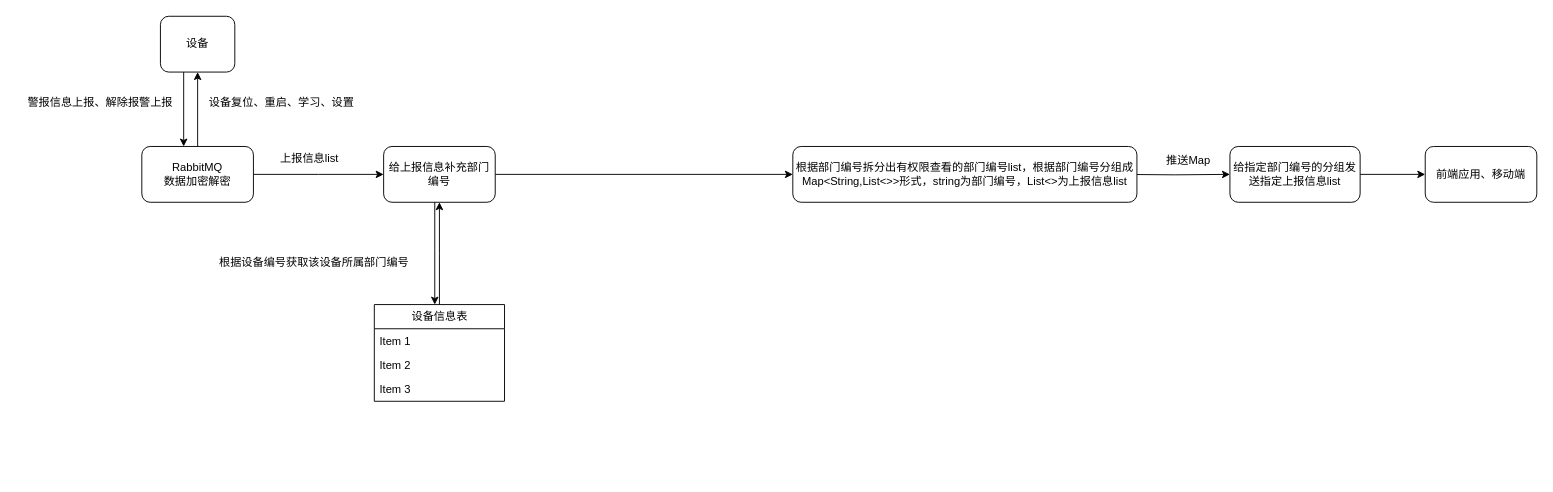
Above: 未命名绘图.drawio in LSS9/ForgettingCurve (draw.io), before the change. Source tidied: cells renumbered, new cells numbered last; positions are measured from the earlier drawing's top-left corner, leaving out a move shared by most shapes. Both pictures are drawn from the tidied source at 93%, with x=0, y=0 at pixel (16, 16).
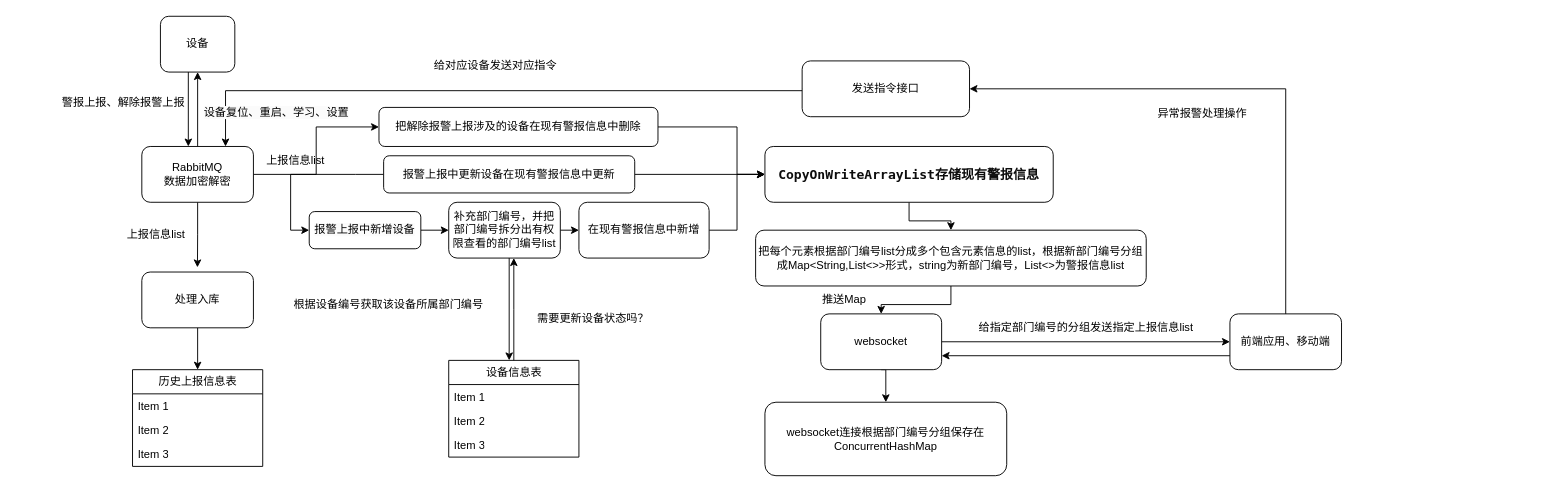
The same page after the edit.

Commit message (it also covers changes not shown here):
更新未命名绘图.drawio

The change refers to these unchanged cells:
```xml
<mxCell id="5" value="RabbitMQ&lt;br&gt;数据加密解密" style="rounded=1;whiteSpace=wrap;html=1;" parent="1" vertex="1">
  <mxGeometry x="135" y="140" width="120" height="60" as="geometry" />
</mxCell>
```

The edit, as a diff of the source:
```diff
@@
-    <mxCell id="2" style="edgeStyle=orthogonalEdgeStyle;rounded=0;jettySize=auto;html=1;exitX=1;exitY=0.5;exitDx=0;exitDy=0;entryX=0;entryY=0.5;entryDx=0;entryDy=0;" parent="1" edge="1" target="9">
-      <mxGeometry relative="1" as="geometry">
-        <mxPoint x="1185" y="170" as="sourcePoint" />
-      </mxGeometry>
-    </mxCell>
-    <mxCell id="3" style="edgeStyle=orthogonalEdgeStyle;rounded=0;jettySize=auto;html=1;exitX=1;exitY=0.5;exitDx=0;exitDy=0;entryX=0;entryY=0.5;entryDx=0;entryDy=0;" parent="1" edge="1" source="5">
-      <mxGeometry relative="1" as="geometry">
-        <mxPoint x="395" y="170" as="targetPoint" />
-      </mxGeometry>
-    </mxCell>
+    <mxCell id="25" style="edgeStyle=orthogonalEdgeStyle;rounded=0;jettySize=auto;html=1;exitX=1;exitY=0.5;exitDx=0;exitDy=0;entryX=0;entryY=0.5;entryDx=0;entryDy=0;" parent="1" edge="1" source="5" target="33">
+      <mxGeometry relative="1" as="geometry" />
+    </mxCell>
+    <mxCell id="26" style="edgeStyle=orthogonalEdgeStyle;rounded=0;jettySize=auto;html=1;exitX=0;exitY=0.5;exitDx=0;exitDy=0;entryX=0;entryY=0.5;entryDx=0;entryDy=0;" parent="1" edge="1" source="39" target="37">
+      <mxGeometry relative="1" as="geometry">
+        <Array as="points">
+          <mxPoint x="365" y="170" />
+          <mxPoint x="295" y="170" />
+          <mxPoint x="295" y="260" />
+        </Array>
+      </mxGeometry>
+    </mxCell>
+    <mxCell id="27" style="edgeStyle=orthogonalEdgeStyle;rounded=0;jettySize=auto;html=1;exitX=0.5;exitY=1;exitDx=0;exitDy=0;" parent="1" edge="1" source="5">
+      <mxGeometry relative="1" as="geometry">
+        <mxPoint x="194.8" y="270" as="targetPoint" />
+      </mxGeometry>
+    </mxCell>
@@
     <mxCell id="6" style="edgeStyle=orthogonalEdgeStyle;rounded=0;orthogonalLoop=1;jettySize=auto;html=1;exitX=0.5;exitY=1;exitDx=0;exitDy=0;entryX=0.5;entryY=0;entryDx=0;entryDy=0;" parent="1" edge="1">
       <mxGeometry relative="1" as="geometry">
-        <mxPoint x="180" y="60" as="sourcePoint" />
-        <mxPoint x="180" y="140" as="targetPoint" />
+        <mxPoint x="185" y="60" as="sourcePoint" />
+        <mxPoint x="185" y="140" as="targetPoint" />
         <Array as="points">
-          <mxPoint x="180" y="90" />
-          <mxPoint x="180" y="90" />
+          <mxPoint x="185" y="90" />
+          <mxPoint x="185" y="90" />
         </Array>
       </mxGeometry>
     </mxCell>
@@
-    <mxCell id="8" style="edgeStyle=orthogonalEdgeStyle;rounded=0;jettySize=auto;html=1;entryX=0;entryY=0.5;entryDx=0;entryDy=0;" parent="1" edge="1" source="9" target="12">
-      <mxGeometry relative="1" as="geometry" />
-    </mxCell>
-    <mxCell id="9" value="给指定部门编号的分组发送指定上报信息list" style="rounded=1;whiteSpace=wrap;html=1;" parent="1" vertex="1">
-      <mxGeometry x="1305" y="140" width="140" height="60" as="geometry" />
-    </mxCell>
-    <mxCell id="10" value="警报信息上报、解除报警上报" style="text;html=1;align=center;verticalAlign=middle;strokeColor=none;fillColor=none;" parent="1" vertex="1">
-      <mxGeometry y="78" width="180" height="30" as="geometry" />
+    <mxCell id="10" value="警报上报、解除报警上报" style="text;html=1;align=center;verticalAlign=middle;strokeColor=none;fillColor=none;" parent="1" vertex="1">
+      <mxGeometry x="35" y="78" width="160" height="30" as="geometry" />
     </mxCell>
-    <mxCell id="11" value="设备复位、重启、学习、设置" style="text;html=1;align=center;verticalAlign=middle;strokeColor=none;fillColor=none;" parent="1" vertex="1">
-      <mxGeometry x="195" y="78" width="180" height="30" as="geometry" />
-    </mxCell>
+    <mxCell id="28" style="edgeStyle=orthogonalEdgeStyle;rounded=0;jettySize=auto;html=1;exitX=0;exitY=0.75;exitDx=0;exitDy=0;entryX=1;entryY=0.75;entryDx=0;entryDy=0;" parent="1" edge="1" source="12" target="44">
+      <mxGeometry relative="1" as="geometry" />
+    </mxCell>
+    <mxCell id="29" style="edgeStyle=orthogonalEdgeStyle;rounded=0;jettySize=auto;html=1;exitX=0.5;exitY=0;exitDx=0;exitDy=0;entryX=1;entryY=0.5;entryDx=0;entryDy=0;" parent="1" edge="1" source="12" target="55">
+      <mxGeometry relative="1" as="geometry" />
+    </mxCell>
     <mxCell id="12" value="前端应用、移动端" style="rounded=1;whiteSpace=wrap;html=1;" parent="1" vertex="1">
-      <mxGeometry x="1515" y="140" width="120" height="60" as="geometry" />
+      <mxGeometry x="1305" y="320" width="120" height="60" as="geometry" />
     </mxCell>
-    <mxCell id="13" style="edgeStyle=orthogonalEdgeStyle;rounded=0;jettySize=auto;html=1;exitX=1;exitY=0.5;exitDx=0;exitDy=0;" parent="1" edge="1" source="14" target="23">
-      <mxGeometry relative="1" as="geometry" />
-    </mxCell>
+    <mxCell id="30" style="edgeStyle=orthogonalEdgeStyle;rounded=0;jettySize=auto;html=1;exitX=1;exitY=0.5;exitDx=0;exitDy=0;entryX=0;entryY=0.5;entryDx=0;entryDy=0;" parent="1" edge="1" source="14" target="41">
+      <mxGeometry relative="1" as="geometry" />
+    </mxCell>
-    <mxCell id="14" value="给上报信息补充部门编号" style="rounded=1;whiteSpace=wrap;html=1;" parent="1" vertex="1">
-      <mxGeometry x="395" y="140" width="120" height="60" as="geometry" />
+    <mxCell id="14" value="补充部门编号，并把部门编号拆分出有权限查看的部门编号list" style="rounded=1;whiteSpace=wrap;html=1;" parent="1" vertex="1">
+      <mxGeometry x="465" y="200" width="120" height="60" as="geometry" />
     </mxCell>
     <mxCell id="15" style="edgeStyle=orthogonalEdgeStyle;rounded=0;orthogonalLoop=1;jettySize=auto;html=1;exitX=0.5;exitY=1;exitDx=0;exitDy=0;" parent="1" edge="1">
       <mxGeometry relative="1" as="geometry">
-        <mxPoint x="450" y="200" as="sourcePoint" />
-        <mxPoint x="450" y="310" as="targetPoint" />
+        <mxPoint x="530" y="260" as="sourcePoint" />
+        <mxPoint x="530" y="370" as="targetPoint" />
       </mxGeometry>
     </mxCell>
     <mxCell id="16" style="edgeStyle=orthogonalEdgeStyle;rounded=0;jettySize=auto;html=1;exitX=0.5;exitY=0;exitDx=0;exitDy=0;entryX=0.5;entryY=1;entryDx=0;entryDy=0;" parent="1" edge="1" source="17">
       <mxGeometry relative="1" as="geometry">
-        <mxPoint x="455" y="200" as="targetPoint" />
+        <mxPoint x="535" y="260" as="targetPoint" />
       </mxGeometry>
     </mxCell>
     <mxCell id="17" value="设备信息表" style="swimlane;fontStyle=0;horizontal=1;startSize=26;fillColor=none;html=1;" parent="1" vertex="1">
-      <mxGeometry x="385" y="310" width="140" height="104" as="geometry" />
+      <mxGeometry x="465" y="370" width="140" height="104" as="geometry" />
     </mxCell>
@@
     <mxCell id="21" value="根据设备编号获取该设备所属部门编号" style="text;html=1;align=center;verticalAlign=middle;strokeColor=none;fillColor=none;" parent="1" vertex="1">
-      <mxGeometry x="205" y="250" width="230" height="30" as="geometry" />
+      <mxGeometry x="285" y="295" width="230" height="30" as="geometry" />
     </mxCell>
     <mxCell id="22" value="上报信息list" style="text;html=1;align=center;verticalAlign=middle;strokeColor=none;fillColor=none;" parent="1" vertex="1">
-      <mxGeometry x="270" y="138" width="90" height="30" as="geometry" />
+      <mxGeometry x="255" y="140" width="90" height="30" as="geometry" />
     </mxCell>
+    <mxCell id="31" style="edgeStyle=orthogonalEdgeStyle;rounded=0;jettySize=auto;html=1;exitX=0.5;exitY=1;exitDx=0;exitDy=0;entryX=0.5;entryY=0;entryDx=0;entryDy=0;" parent="1" edge="1" source="23" target="44">
+      <mxGeometry relative="1" as="geometry" />
+    </mxCell>
-    <mxCell id="23" value="根据部门编号拆分出有权限查看的部门编号list，根据部门编号分组成Map&amp;lt;String,List&amp;lt;&amp;gt;&amp;gt;形式，string为部门编号，List&amp;lt;&amp;gt;为上报信息list" style="rounded=1;whiteSpace=wrap;html=1;" parent="1" vertex="1">
-      <mxGeometry x="835" y="140" width="370" height="60" as="geometry" />
+    <mxCell id="23" value="把每个元素根据部门编号list分成多个包含元素信息的list，根据新部门编号分组成Map&amp;lt;String,List&amp;lt;&amp;gt;&amp;gt;形式，string为新部门编号，List&amp;lt;&amp;gt;为警报信息list" style="rounded=1;whiteSpace=wrap;html=1;" parent="1" vertex="1">
+      <mxGeometry x="795" y="230" width="420" height="60" as="geometry" />
     </mxCell>
+    <mxCell id="32" style="edgeStyle=orthogonalEdgeStyle;rounded=0;jettySize=auto;html=1;exitX=1;exitY=0.5;exitDx=0;exitDy=0;" parent="1" edge="1" source="33" target="35">
+      <mxGeometry relative="1" as="geometry">
+        <Array as="points">
+          <mxPoint x="775" y="119" />
+          <mxPoint x="775" y="170" />
+        </Array>
+      </mxGeometry>
+    </mxCell>
+    <mxCell id="33" value="把解除报警上报涉及的设备在现有警报信息中删除" style="rounded=1;whiteSpace=wrap;html=1;" parent="1" vertex="1">
+      <mxGeometry x="390" y="98" width="300" height="42" as="geometry" />
+    </mxCell>
+    <mxCell id="34" style="edgeStyle=orthogonalEdgeStyle;rounded=0;jettySize=auto;html=1;exitX=0.5;exitY=1;exitDx=0;exitDy=0;entryX=0.5;entryY=0;entryDx=0;entryDy=0;" parent="1" edge="1" source="35" target="23">
+      <mxGeometry relative="1" as="geometry" />
+    </mxCell>
+    <mxCell id="35" value="&lt;strong style=&quot;border: 0px solid rgb(227, 227, 227); box-sizing: border-box; --tw-border-spacing-x: 0; --tw-border-spacing-y: 0; --tw-translate-x: 0; --tw-translate-y: 0; --tw-rotate: 0; --tw-skew-x: 0; --tw-skew-y: 0; --tw-scale-x: 1; --tw-scale-y: 1; --tw-pan-x: ; --tw-pan-y: ; --tw-pinch-zoom: ; --tw-scroll-snap-strictness: proximity; --tw-gradient-from-position: ; --tw-gradient-via-position: ; --tw-gradient-to-position: ; --tw-ordinal: ; --tw-slashed-zero: ; --tw-numeric-figure: ; --tw-numeric-spacing: ; --tw-numeric-fraction: ; --tw-ring-inset: ; --tw-ring-offset-width: 0px; --tw-ring-offset-color: #fff; --tw-ring-color: rgba(69,89,164,.5); --tw-ring-offset-shadow: 0 0 transparent; --tw-ring-shadow: 0 0 transparent; --tw-shadow: 0 0 transparent; --tw-shadow-colored: 0 0 transparent; --tw-blur: ; --tw-brightness: ; --tw-contrast: ; --tw-grayscale: ; --tw-hue-rotate: ; --tw-invert: ; --tw-saturate: ; --tw-sepia: ; --tw-drop-shadow: ; --tw-backdrop-blur: ; --tw-backdrop-brightness: ; --tw-backdrop-contrast: ; --tw-backdrop-grayscale: ; --tw-backdrop-hue-rotate: ; --tw-backdrop-invert: ; --tw-backdrop-opacity: ; --tw-backdrop-saturate: ; --tw-backdrop-sepia: ; font-weight: 600; color: rgb(13, 13, 13); font-family: Söhne, ui-sans-serif, system-ui, -apple-system, &amp;quot;Segoe UI&amp;quot;, Roboto, Ubuntu, Cantarell, &amp;quot;Noto Sans&amp;quot;, sans-serif, &amp;quot;Helvetica Neue&amp;quot;, Arial, &amp;quot;Apple Color Emoji&amp;quot;, &amp;quot;Segoe UI Emoji&amp;quot;, &amp;quot;Segoe UI Symbol&amp;quot;, &amp;quot;Noto Color Emoji&amp;quot;; font-size: 16px; font-style: normal; font-variant-ligatures: normal; font-variant-caps: normal; letter-spacing: normal; orphans: 2; text-align: left; text-indent: 0px; text-transform: none; widows: 2; word-spacing: 0px; -webkit-text-stroke-width: 0px; background-color: rgb(255, 255, 255); text-decoration-thickness: initial; text-decoration-style: initial; text-decoration-color: initial;&quot;&gt;&lt;code style=&quot;border: 0px solid rgb(227, 227, 227); box-sizing: border-box; --tw-border-spacing-x: 0; --tw-border-spacing-y: 0; --tw-translate-x: 0; --tw-translate-y: 0; --tw-rotate: 0; --tw-skew-x: 0; --tw-skew-y: 0; --tw-scale-x: 1; --tw-scale-y: 1; --tw-pan-x: ; --tw-pan-y: ; --tw-pinch-zoom: ; --tw-scroll-snap-strictness: proximity; --tw-gradient-from-position: ; --tw-gradient-via-position: ; --tw-gradient-to-position: ; --tw-ordinal: ; --tw-slashed-zero: ; --tw-numeric-figure: ; --tw-numeric-spacing: ; --tw-numeric-fraction: ; --tw-ring-inset: ; --tw-ring-offset-width: 0px; --tw-ring-offset-color: #fff; --tw-ring-color: rgba(69,89,164,.5); --tw-ring-offset-shadow: 0 0 transparent; --tw-ring-shadow: 0 0 transparent; --tw-shadow: 0 0 transparent; --tw-shadow-colored: 0 0 transparent; --tw-blur: ; --tw-brightness: ; --tw-contrast: ; --tw-grayscale: ; --tw-hue-rotate: ; --tw-invert: ; --tw-saturate: ; --tw-sepia: ; --tw-drop-shadow: ; --tw-backdrop-blur: ; --tw-backdrop-brightness: ; --tw-backdrop-contrast: ; --tw-backdrop-grayscale: ; --tw-backdrop-hue-rotate: ; --tw-backdrop-invert: ; --tw-backdrop-opacity: ; --tw-backdrop-saturate: ; --tw-backdrop-sepia: ; font-family: &amp;quot;Söhne Mono&amp;quot;, Monaco, &amp;quot;Andale Mono&amp;quot;, &amp;quot;Ubuntu Mono&amp;quot;, monospace !important; font-size: 0.875em; color: var(--tw-prose-code); font-weight: 600;&quot;&gt;CopyOnWriteArrayList存储现有警报信息&lt;/code&gt;&lt;/strong&gt;" style="rounded=1;whiteSpace=wrap;html=1;" parent="1" vertex="1">
+      <mxGeometry x="805" y="140" width="310" height="60" as="geometry" />
+    </mxCell>
+    <mxCell id="36" style="edgeStyle=orthogonalEdgeStyle;rounded=0;jettySize=auto;html=1;exitX=1;exitY=0.5;exitDx=0;exitDy=0;entryX=0;entryY=0.5;entryDx=0;entryDy=0;" parent="1" edge="1" source="37" target="14">
+      <mxGeometry relative="1" as="geometry" />
+    </mxCell>
+    <mxCell id="37" value="&lt;span style=&quot;color: rgb(0, 0, 0); font-family: Helvetica; font-size: 12px; font-style: normal; font-variant-ligatures: normal; font-variant-caps: normal; font-weight: 400; letter-spacing: normal; orphans: 2; text-align: center; text-indent: 0px; text-transform: none; widows: 2; word-spacing: 0px; -webkit-text-stroke-width: 0px; background-color: rgb(251, 251, 251); text-decoration-thickness: initial; text-decoration-style: initial; text-decoration-color: initial; float: none; display: inline !important;&quot;&gt;报警上报中新增设备&lt;/span&gt;" style="rounded=1;whiteSpace=wrap;html=1;" parent="1" vertex="1">
+      <mxGeometry x="315" y="210" width="120" height="40" as="geometry" />
+    </mxCell>
+    <mxCell id="38" style="edgeStyle=orthogonalEdgeStyle;rounded=0;jettySize=auto;html=1;exitX=1;exitY=0.5;exitDx=0;exitDy=0;entryX=0;entryY=0.5;entryDx=0;entryDy=0;" parent="1" edge="1" source="39" target="35">
+      <mxGeometry relative="1" as="geometry" />
+    </mxCell>
+    <mxCell id="39" value="报警上报中更新设备在现有警报信息中更新" style="rounded=1;whiteSpace=wrap;html=1;" parent="1" vertex="1">
+      <mxGeometry x="395" y="150" width="270" height="40" as="geometry" />
+    </mxCell>
+    <mxCell id="40" style="edgeStyle=orthogonalEdgeStyle;rounded=0;jettySize=auto;html=1;exitX=1;exitY=0.5;exitDx=0;exitDy=0;entryX=0;entryY=0.5;entryDx=0;entryDy=0;" parent="1" edge="1" source="41" target="35">
+      <mxGeometry relative="1" as="geometry" />
+    </mxCell>
+    <mxCell id="41" value="在现有警报信息中新增" style="rounded=1;whiteSpace=wrap;html=1;" parent="1" vertex="1">
+      <mxGeometry x="605" y="200" width="140" height="60" as="geometry" />
+    </mxCell>
+    <mxCell id="42" style="edgeStyle=orthogonalEdgeStyle;rounded=0;jettySize=auto;html=1;entryX=0;entryY=0.5;entryDx=0;entryDy=0;" parent="1" edge="1" source="44" target="12">
+      <mxGeometry relative="1" as="geometry" />
+    </mxCell>
+    <mxCell id="43" style="edgeStyle=orthogonalEdgeStyle;rounded=0;jettySize=auto;html=1;exitX=0.5;exitY=1;exitDx=0;exitDy=0;entryX=0.5;entryY=0;entryDx=0;entryDy=0;" parent="1" edge="1" source="44" target="45">
+      <mxGeometry relative="1" as="geometry" />
+    </mxCell>
+    <mxCell id="44" value="websocket" style="rounded=1;whiteSpace=wrap;html=1;" parent="1" vertex="1">
+      <mxGeometry x="865" y="320" width="130" height="60" as="geometry" />
+    </mxCell>
     <mxCell id="24" value="推送Map" style="text;html=1;align=center;verticalAlign=middle;strokeColor=none;fillColor=none;" parent="1" vertex="1">
-      <mxGeometry x="1225" y="140" width="70" height="30" as="geometry" />
+      <mxGeometry x="855" y="290" width="70" height="30" as="geometry" />
     </mxCell>
+    <mxCell id="9" value="给指定部门编号的分组发送指定上报信息list" style="text;html=1;align=center;verticalAlign=middle;points=[];strokeColor=none;fillColor=none;" parent="1" vertex="1">
+      <mxGeometry x="1025" y="320" width="250" height="30" as="geometry" />
+    </mxCell>
+    <mxCell id="45" value="websocket连接根据部门编号分组保存在ConcurrentHashMap" style="rounded=1;whiteSpace=wrap;html=1;" parent="1" vertex="1">
+      <mxGeometry x="805" y="415" width="260" height="79" as="geometry" />
+    </mxCell>
+    <mxCell id="46" style="edgeStyle=orthogonalEdgeStyle;rounded=0;jettySize=auto;html=1;exitX=0.5;exitY=1;exitDx=0;exitDy=0;entryX=0.5;entryY=0;entryDx=0;entryDy=0;" parent="1" edge="1" source="47" target="48">
+      <mxGeometry relative="1" as="geometry" />
+    </mxCell>
+    <mxCell id="47" value="处理入库" style="rounded=1;whiteSpace=wrap;html=1;" parent="1" vertex="1">
+      <mxGeometry x="135" y="275" width="120" height="60" as="geometry" />
+    </mxCell>
+    <mxCell id="48" value="历史上报信息表" style="swimlane;fontStyle=0;horizontal=1;startSize=26;fillColor=none;html=1;" parent="1" vertex="1">
+      <mxGeometry x="125" y="380" width="140" height="104" as="geometry" />
+    </mxCell>
+    <mxCell id="49" value="Item 1" style="text;strokeColor=none;fillColor=none;align=left;verticalAlign=top;spacingLeft=4;spacingRight=4;overflow=hidden;whiteSpace=wrap;html=1;" parent="48" vertex="1">
+      <mxGeometry y="26" width="140" height="26" as="geometry" />
+    </mxCell>
+    <mxCell id="50" value="Item 2" style="text;strokeColor=none;fillColor=none;align=left;verticalAlign=top;spacingLeft=4;spacingRight=4;overflow=hidden;whiteSpace=wrap;html=1;" parent="48" vertex="1">
+      <mxGeometry y="52" width="140" height="26" as="geometry" />
+    </mxCell>
+    <mxCell id="51" value="Item 3" style="text;strokeColor=none;fillColor=none;align=left;verticalAlign=top;spacingLeft=4;spacingRight=4;overflow=hidden;whiteSpace=wrap;html=1;" parent="48" vertex="1">
+      <mxGeometry y="78" width="140" height="26" as="geometry" />
+    </mxCell>
+    <mxCell id="52" value="上报信息list" style="text;html=1;align=center;verticalAlign=middle;strokeColor=none;fillColor=none;" parent="1" vertex="1">
+      <mxGeometry x="105" y="220" width="90" height="30" as="geometry" />
+    </mxCell>
+    <mxCell id="53" value="需要更新设备状态吗？" style="text;html=1;align=center;verticalAlign=middle;strokeColor=none;fillColor=none;" parent="1" vertex="1">
+      <mxGeometry x="550" y="310" width="140" height="30" as="geometry" />
+    </mxCell>
+    <mxCell id="54" style="edgeStyle=orthogonalEdgeStyle;rounded=0;jettySize=auto;html=1;exitX=0;exitY=0.5;exitDx=0;exitDy=0;entryX=0.75;entryY=0;entryDx=0;entryDy=0;" parent="1" edge="1" source="55" target="5">
+      <mxGeometry relative="1" as="geometry">
+        <Array as="points">
+          <mxPoint x="905" y="80" />
+          <mxPoint x="225" y="80" />
+        </Array>
+      </mxGeometry>
+    </mxCell>
+    <mxCell id="55" value="发送指令接口" style="rounded=1;whiteSpace=wrap;html=1;" parent="1" vertex="1">
+      <mxGeometry x="845" y="48" width="180" height="60" as="geometry" />
+    </mxCell>
+    <mxCell id="56" value="异常报警处理操作" style="text;html=1;align=center;verticalAlign=middle;strokeColor=none;fillColor=none;" parent="1" vertex="1">
+      <mxGeometry x="1215" y="90" width="120" height="30" as="geometry" />
+    </mxCell>
+    <mxCell id="11" value="&lt;span style=&quot;color: rgb(0, 0, 0); font-family: Helvetica; font-size: 12px; font-style: normal; font-variant-ligatures: normal; font-variant-caps: normal; font-weight: 400; letter-spacing: normal; orphans: 2; text-align: center; text-indent: 0px; text-transform: none; widows: 2; word-spacing: 0px; -webkit-text-stroke-width: 0px; background-color: rgb(251, 251, 251); text-decoration-thickness: initial; text-decoration-style: initial; text-decoration-color: initial; float: none; display: inline !important;&quot;&gt;设备复位、重启、学习、设置&lt;/span&gt;" style="text;whiteSpace=wrap;html=1;" parent="1" vertex="1">
+      <mxGeometry x="200" y="90" width="190" height="40" as="geometry" />
+    </mxCell>
+    <mxCell id="57" value="给对应设备发送对应指令" style="text;html=1;align=center;verticalAlign=middle;strokeColor=none;fillColor=none;" parent="1" vertex="1">
+      <mxGeometry x="435" y="38" width="160" height="30" as="geometry" />
+    </mxCell>
```
